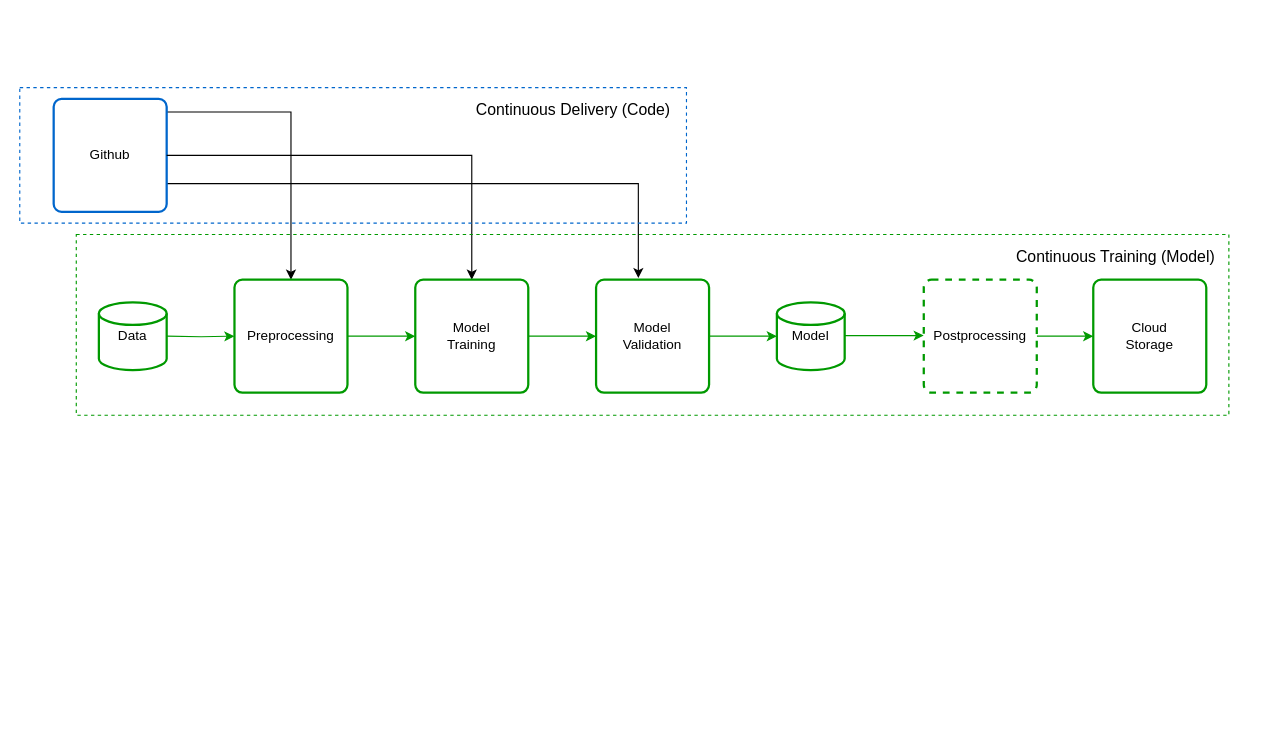
adriangay/my-drawio-diagrams keeps this draw.io diagram as mlops-concepts-cdct.drawio. Above is the earlier version. Source tidied: cells renumbered, new cells numbered last; positions are measured from the earlier drawing's top-left corner, leaving out a move shared by most shapes. Both pictures are drawn from the tidied source at 113%, with x=0, y=0 at pixel (19, 87).
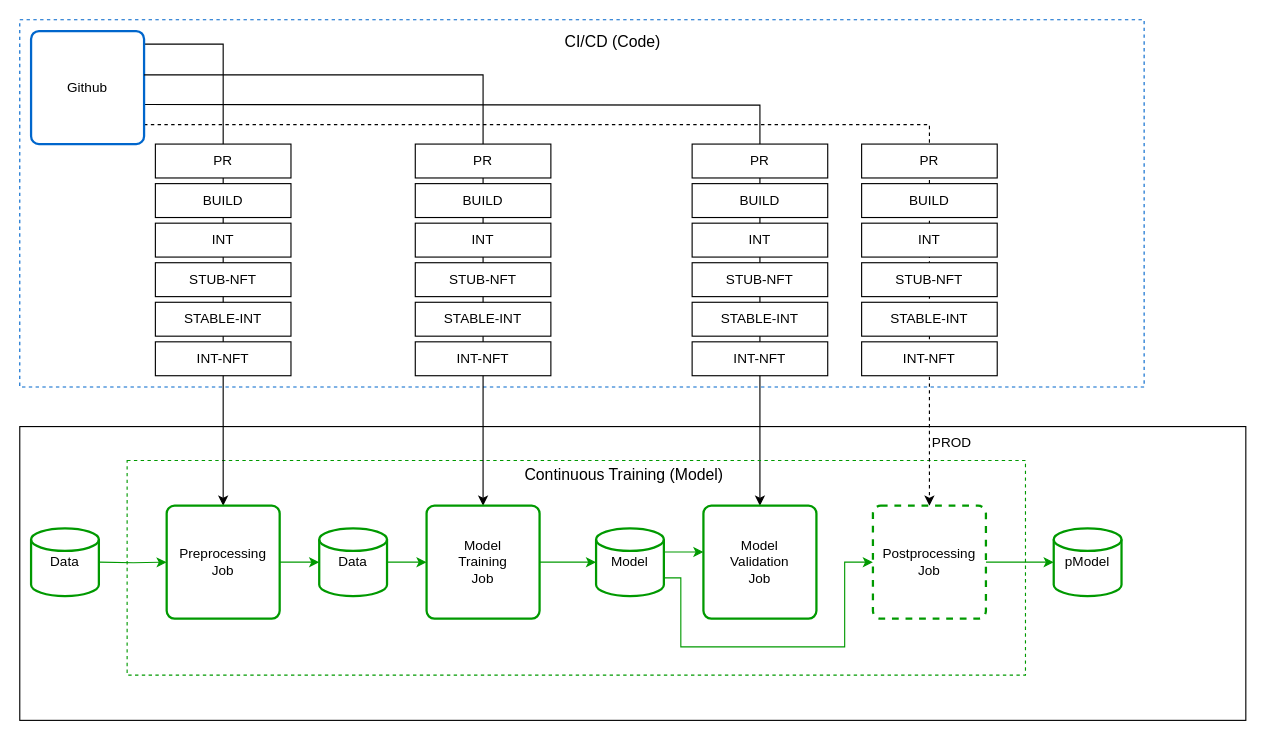
The same page after the edit.

The edit, as a diff of the source:
```diff
@@
+    <mxCell id="23" style="edgeStyle=orthogonalEdgeStyle;rounded=0;jettySize=auto;html=1;exitX=1;exitY=0.388;exitDx=0;exitDy=0;exitPerimeter=0;" parent="1" edge="1" target="12">
+      <mxGeometry relative="1" as="geometry">
+        <mxPoint x="110" y="15" as="sourcePoint" />
+      </mxGeometry>
+    </mxCell>
+    <mxCell id="19" style="rounded=0;whiteSpace=wrap;html=1;strokeColor=#0066CC;fillColor=none;dashed=1;" parent="1" vertex="1">
+      <mxGeometry y="-60" width="995" height="325" as="geometry" />
+    </mxCell>
+    <mxCell id="24" style="rounded=0;whiteSpace=wrap;html=1;fillColor=none;" parent="1" vertex="1">
+      <mxGeometry y="300" width="1085" height="260" as="geometry" />
+    </mxCell>
+    <mxCell id="21" style="rounded=0;whiteSpace=wrap;html=1;strokeColor=#009900;fillColor=none;dashed=1;" parent="1" vertex="1">
+      <mxGeometry x="95" y="330" width="795" height="190" as="geometry" />
+    </mxCell>
@@
-    <mxCell id="3" style="edgeStyle=orthogonalEdgeStyle;rounded=0;jettySize=auto;html=1;exitX=1;exitY=0.75;exitDx=0;exitDy=0;entryX=0.374;entryY=-0.014;entryDx=0;entryDy=0;entryPerimeter=0;" parent="1" edge="1" source="4" target="12">
-      <mxGeometry relative="1" as="geometry" />
-    </mxCell>
+    <mxCell id="25" style="edgeStyle=orthogonalEdgeStyle;rounded=0;jettySize=auto;html=1;exitX=1;exitY=0.828;exitDx=0;exitDy=0;entryX=0.5;entryY=0;entryDx=0;entryDy=0;exitPerimeter=0;dashed=1;strokeColor=#000000;" parent="1" edge="1" source="4" target="17">
+      <mxGeometry relative="1" as="geometry" />
+    </mxCell>
     <mxCell id="4" value="Github" style="rounded=1;whiteSpace=wrap;html=1;absoluteArcSize=1;arcSize=14;strokeWidth=2;strokeColor=#0066CC;" parent="1" vertex="1">
-      <mxGeometry x="30" y="10" width="100" height="100" as="geometry" />
+      <mxGeometry x="10" y="-50" width="100" height="100" as="geometry" />
     </mxCell>
     <mxCell id="5" style="edgeStyle=orthogonalEdgeStyle;rounded=0;jettySize=auto;html=1;exitX=1;exitY=0.5;exitDx=0;exitDy=0;strokeColor=#009900;" parent="1" edge="1" target="7">
       <mxGeometry relative="1" as="geometry">
-        <mxPoint x="130" y="220" as="sourcePoint" />
+        <mxPoint x="70" y="420" as="sourcePoint" />
       </mxGeometry>
     </mxCell>
-    <mxCell id="6" style="edgeStyle=orthogonalEdgeStyle;rounded=0;jettySize=auto;html=1;exitX=1;exitY=0.5;exitDx=0;exitDy=0;entryX=0;entryY=0.5;entryDx=0;entryDy=0;strokeColor=#009900;" parent="1" edge="1" source="7" target="10">
+    <mxCell id="6" style="edgeStyle=orthogonalEdgeStyle;rounded=0;jettySize=auto;html=1;exitX=1;exitY=0.5;exitDx=0;exitDy=0;entryX=0;entryY=0.5;entryDx=0;entryDy=0;strokeColor=#009900;entryPerimeter=0;" parent="1" edge="1" source="7" target="52">
       <mxGeometry relative="1" as="geometry" />
     </mxCell>
-    <mxCell id="7" value="Preprocessing" style="rounded=1;whiteSpace=wrap;html=1;absoluteArcSize=1;arcSize=14;strokeWidth=2;strokeColor=#009900;" parent="1" vertex="1">
-      <mxGeometry x="190" y="170" width="100" height="100" as="geometry" />
+    <mxCell id="7" value="Preprocessing&lt;br&gt;Job" style="rounded=1;whiteSpace=wrap;html=1;absoluteArcSize=1;arcSize=14;strokeWidth=2;strokeColor=#009900;" parent="1" vertex="1">
+      <mxGeometry x="130" y="370" width="100" height="100" as="geometry" />
     </mxCell>
-    <mxCell id="8" style="edgeStyle=orthogonalEdgeStyle;rounded=0;jettySize=auto;html=1;exitX=1;exitY=0.5;exitDx=0;exitDy=0;entryX=0;entryY=0.5;entryDx=0;entryDy=0;strokeColor=#009900;" parent="1" edge="1" source="10" target="12">
-      <mxGeometry relative="1" as="geometry" />
+    <mxCell id="8" style="edgeStyle=orthogonalEdgeStyle;rounded=0;jettySize=auto;html=1;exitX=1;exitY=0.5;exitDx=0;exitDy=0;strokeColor=#009900;" parent="1" edge="1" source="10">
+      <mxGeometry relative="1" as="geometry">
+        <mxPoint x="510" y="420" as="targetPoint" />
+      </mxGeometry>
     </mxCell>
-    <mxCell id="9" style="edgeStyle=orthogonalEdgeStyle;rounded=0;jettySize=auto;html=1;entryX=0.5;entryY=0;entryDx=0;entryDy=0;exitX=1;exitY=0.5;exitDx=0;exitDy=0;" parent="1" edge="1" source="4" target="10">
+    <mxCell id="9" style="edgeStyle=orthogonalEdgeStyle;rounded=0;jettySize=auto;html=1;entryX=0.5;entryY=0;entryDx=0;entryDy=0;exitX=1;exitY=0.388;exitDx=0;exitDy=0;exitPerimeter=0;" parent="1" edge="1" source="4" target="10">
       <mxGeometry relative="1" as="geometry" />
     </mxCell>
-    <mxCell id="10" value="Model&lt;br&gt;Training" style="rounded=1;whiteSpace=wrap;html=1;absoluteArcSize=1;arcSize=14;strokeWidth=2;strokeColor=#009900;" parent="1" vertex="1">
-      <mxGeometry x="350" y="170" width="100" height="100" as="geometry" />
+    <mxCell id="10" value="Model&lt;br&gt;Training&lt;br&gt;Job" style="rounded=1;whiteSpace=wrap;html=1;absoluteArcSize=1;arcSize=14;strokeWidth=2;strokeColor=#009900;" parent="1" vertex="1">
+      <mxGeometry x="360" y="370" width="100" height="100" as="geometry" />
     </mxCell>
-    <mxCell id="11" style="edgeStyle=orthogonalEdgeStyle;rounded=0;jettySize=auto;html=1;exitX=1;exitY=0.5;exitDx=0;exitDy=0;strokeColor=#009900;" parent="1" edge="1" source="12">
+    <mxCell id="11" style="edgeStyle=orthogonalEdgeStyle;rounded=0;jettySize=auto;html=1;strokeColor=#009900;entryX=0;entryY=0.5;entryDx=0;entryDy=0;exitX=0.998;exitY=0.732;exitDx=0;exitDy=0;exitPerimeter=0;" parent="1" edge="1" source="15" target="17">
       <mxGeometry relative="1" as="geometry">
-        <mxPoint x="670" y="220" as="targetPoint" />
+        <Array as="points">
+          <mxPoint x="585" y="434" />
+          <mxPoint x="585" y="495" />
+          <mxPoint x="730" y="495" />
+          <mxPoint x="730" y="420" />
+        </Array>
       </mxGeometry>
     </mxCell>
-    <mxCell id="12" value="Model&lt;br&gt;Validation" style="rounded=1;whiteSpace=wrap;html=1;absoluteArcSize=1;arcSize=14;strokeWidth=2;strokeColor=#009900;" parent="1" vertex="1">
-      <mxGeometry x="510" y="170" width="100" height="100" as="geometry" />
+    <mxCell id="12" value="Model&lt;br&gt;Validation&lt;br&gt;Job" style="rounded=1;whiteSpace=wrap;html=1;absoluteArcSize=1;arcSize=14;strokeWidth=2;strokeColor=#009900;" parent="1" vertex="1">
+      <mxGeometry x="605" y="370" width="100" height="100" as="geometry" />
     </mxCell>
-    <mxCell id="13" style="edgeStyle=orthogonalEdgeStyle;rounded=0;orthogonalLoop=1;jettySize=auto;html=1;exitX=1;exitY=0.5;exitDx=0;exitDy=0;entryX=0;entryY=0.5;entryDx=0;entryDy=0;strokeColor=#009900;" parent="1" edge="1">
-      <mxGeometry relative="1" as="geometry">
-        <mxPoint x="730" y="219.5" as="sourcePoint" />
-        <mxPoint x="800" y="219.5" as="targetPoint" />
-      </mxGeometry>
-    </mxCell>
-    <mxCell id="14" value="Cloud&lt;br&gt;Storage" style="rounded=1;whiteSpace=wrap;html=1;absoluteArcSize=1;arcSize=14;strokeWidth=2;strokeColor=#009900;" parent="1" vertex="1">
-      <mxGeometry x="950" y="170" width="100" height="100" as="geometry" />
-    </mxCell>
-    <mxCell id="15" value="Model" style="strokeWidth=2;html=1;shape=mxgraph.flowchart.database;whiteSpace=wrap;strokeColor=#009900;" parent="1" vertex="1">
-      <mxGeometry x="670" y="190" width="60" height="60" as="geometry" />
-    </mxCell>
-    <mxCell id="16" style="edgeStyle=orthogonalEdgeStyle;rounded=0;jettySize=auto;html=1;exitX=1;exitY=0.5;exitDx=0;exitDy=0;entryX=0;entryY=0.5;entryDx=0;entryDy=0;strokeColor=#009900;" parent="1" edge="1" source="17" target="14">
+    <mxCell id="16" style="edgeStyle=orthogonalEdgeStyle;rounded=0;jettySize=auto;html=1;exitX=1;exitY=0.5;exitDx=0;exitDy=0;entryX=0;entryY=0.5;entryDx=0;entryDy=0;strokeColor=#009900;entryPerimeter=0;" parent="1" edge="1" source="17" target="39">
       <mxGeometry relative="1" as="geometry" />
     </mxCell>
-    <mxCell id="17" value="Postprocessing" style="rounded=1;whiteSpace=wrap;html=1;absoluteArcSize=1;arcSize=14;strokeWidth=2;dashed=1;strokeColor=#009900;" parent="1" vertex="1">
-      <mxGeometry x="800" y="170" width="100" height="100" as="geometry" />
+    <mxCell id="17" value="Postprocessing&lt;br&gt;Job" style="rounded=1;whiteSpace=wrap;html=1;absoluteArcSize=1;arcSize=14;strokeWidth=2;dashed=1;strokeColor=#009900;" parent="1" vertex="1">
+      <mxGeometry x="755" y="370" width="100" height="100" as="geometry" />
     </mxCell>
     <mxCell id="18" value="Data" style="strokeWidth=2;html=1;shape=mxgraph.flowchart.database;whiteSpace=wrap;strokeColor=#009900;" parent="1" vertex="1">
-      <mxGeometry x="70" y="190" width="60" height="60" as="geometry" />
+      <mxGeometry x="10" y="390" width="60" height="60" as="geometry" />
     </mxCell>
-    <mxCell id="19" style="rounded=0;whiteSpace=wrap;html=1;strokeColor=#0066CC;fillColor=none;dashed=1;" parent="1" vertex="1">
-      <mxGeometry width="590" height="120" as="geometry" />
-    </mxCell>
-    <mxCell id="20" value="&lt;font style=&quot;font-size: 14px&quot;&gt;Continuous Delivery (Code)&lt;/font&gt;" style="text;html=1;strokeColor=none;fillColor=none;align=center;verticalAlign=middle;whiteSpace=wrap;rounded=0;" parent="1" vertex="1">
-      <mxGeometry x="390" y="10" width="200" height="20" as="geometry" />
+    <mxCell id="20" value="&lt;font style=&quot;font-size: 14px&quot;&gt;CI/CD (Code)&lt;/font&gt;" style="text;html=1;strokeColor=none;fillColor=none;align=center;verticalAlign=middle;whiteSpace=wrap;rounded=0;" parent="1" vertex="1">
+      <mxGeometry x="480" y="-50" width="90" height="20" as="geometry" />
     </mxCell>
-    <mxCell id="21" style="rounded=0;whiteSpace=wrap;html=1;strokeColor=#009900;fillColor=none;dashed=1;" parent="1" vertex="1">
-      <mxGeometry x="50" y="130" width="1020" height="160" as="geometry" />
-    </mxCell>
     <mxCell id="22" value="&lt;font style=&quot;font-size: 14px&quot;&gt;Continuous Training (Model)&lt;/font&gt;" style="text;html=1;strokeColor=none;fillColor=none;align=center;verticalAlign=middle;whiteSpace=wrap;rounded=0;" parent="1" vertex="1">
-      <mxGeometry x="870" y="140" width="200" height="20" as="geometry" />
+      <mxGeometry x="435" y="333" width="200" height="20" as="geometry" />
     </mxCell>
+    <mxCell id="26" value="INT" style="rounded=0;whiteSpace=wrap;html=1;" parent="1" vertex="1">
+      <mxGeometry x="120" y="120" width="120" height="30" as="geometry" />
+    </mxCell>
+    <mxCell id="27" value="PR" style="rounded=0;whiteSpace=wrap;html=1;" parent="1" vertex="1">
+      <mxGeometry x="120" y="50" width="120" height="30" as="geometry" />
+    </mxCell>
+    <mxCell id="28" value="BUILD" style="rounded=0;whiteSpace=wrap;html=1;" parent="1" vertex="1">
+      <mxGeometry x="120" y="85" width="120" height="30" as="geometry" />
+    </mxCell>
+    <mxCell id="29" value="STUB-NFT" style="rounded=0;whiteSpace=wrap;html=1;" parent="1" vertex="1">
+      <mxGeometry x="120" y="155" width="120" height="30" as="geometry" />
+    </mxCell>
+    <mxCell id="30" value="STABLE-INT" style="rounded=0;whiteSpace=wrap;html=1;" parent="1" vertex="1">
+      <mxGeometry x="120" y="190" width="120" height="30" as="geometry" />
+    </mxCell>
+    <mxCell id="31" value="PROD" style="text;html=1;strokeColor=none;fillColor=none;align=center;verticalAlign=middle;whiteSpace=wrap;rounded=0;" parent="1" vertex="1">
+      <mxGeometry x="805" y="305" width="40" height="20" as="geometry" />
+    </mxCell>
+    <mxCell id="32" value="INT-NFT" style="rounded=0;whiteSpace=wrap;html=1;" parent="1" vertex="1">
+      <mxGeometry x="120" y="225" width="120" height="30" as="geometry" />
+    </mxCell>
+    <mxCell id="33" value="INT" style="rounded=0;whiteSpace=wrap;html=1;" parent="1" vertex="1">
+      <mxGeometry x="350" y="120" width="120" height="30" as="geometry" />
+    </mxCell>
+    <mxCell id="34" value="PR" style="rounded=0;whiteSpace=wrap;html=1;" parent="1" vertex="1">
+      <mxGeometry x="350" y="50" width="120" height="30" as="geometry" />
+    </mxCell>
+    <mxCell id="35" value="BUILD" style="rounded=0;whiteSpace=wrap;html=1;" parent="1" vertex="1">
+      <mxGeometry x="350" y="85" width="120" height="30" as="geometry" />
+    </mxCell>
+    <mxCell id="36" value="STUB-NFT" style="rounded=0;whiteSpace=wrap;html=1;" parent="1" vertex="1">
+      <mxGeometry x="350" y="155" width="120" height="30" as="geometry" />
+    </mxCell>
+    <mxCell id="37" value="STABLE-INT" style="rounded=0;whiteSpace=wrap;html=1;" parent="1" vertex="1">
+      <mxGeometry x="350" y="190" width="120" height="30" as="geometry" />
+    </mxCell>
+    <mxCell id="38" value="INT-NFT" style="rounded=0;whiteSpace=wrap;html=1;" parent="1" vertex="1">
+      <mxGeometry x="350" y="225" width="120" height="30" as="geometry" />
+    </mxCell>
+    <mxCell id="39" value="pModel" style="strokeWidth=2;html=1;shape=mxgraph.flowchart.database;whiteSpace=wrap;strokeColor=#009900;" parent="1" vertex="1">
+      <mxGeometry x="915" y="390" width="60" height="60" as="geometry" />
+    </mxCell>
+    <mxCell id="40" value="INT" style="rounded=0;whiteSpace=wrap;html=1;" parent="1" vertex="1">
+      <mxGeometry x="595" y="120" width="120" height="30" as="geometry" />
+    </mxCell>
+    <mxCell id="41" value="PR" style="rounded=0;whiteSpace=wrap;html=1;" parent="1" vertex="1">
+      <mxGeometry x="595" y="50" width="120" height="30" as="geometry" />
+    </mxCell>
+    <mxCell id="42" value="BUILD" style="rounded=0;whiteSpace=wrap;html=1;" parent="1" vertex="1">
+      <mxGeometry x="595" y="85" width="120" height="30" as="geometry" />
+    </mxCell>
+    <mxCell id="43" value="STUB-NFT" style="rounded=0;whiteSpace=wrap;html=1;" parent="1" vertex="1">
+      <mxGeometry x="595" y="155" width="120" height="30" as="geometry" />
+    </mxCell>
+    <mxCell id="44" value="STABLE-INT" style="rounded=0;whiteSpace=wrap;html=1;" parent="1" vertex="1">
+      <mxGeometry x="595" y="190" width="120" height="30" as="geometry" />
+    </mxCell>
+    <mxCell id="45" value="INT-NFT" style="rounded=0;whiteSpace=wrap;html=1;" parent="1" vertex="1">
+      <mxGeometry x="595" y="225" width="120" height="30" as="geometry" />
+    </mxCell>
+    <mxCell id="46" value="INT" style="rounded=0;whiteSpace=wrap;html=1;" parent="1" vertex="1">
+      <mxGeometry x="745" y="120" width="120" height="30" as="geometry" />
+    </mxCell>
+    <mxCell id="47" value="PR" style="rounded=0;whiteSpace=wrap;html=1;" parent="1" vertex="1">
+      <mxGeometry x="745" y="50" width="120" height="30" as="geometry" />
+    </mxCell>
+    <mxCell id="48" value="BUILD" style="rounded=0;whiteSpace=wrap;html=1;" parent="1" vertex="1">
+      <mxGeometry x="745" y="85" width="120" height="30" as="geometry" />
+    </mxCell>
+    <mxCell id="49" value="STUB-NFT" style="rounded=0;whiteSpace=wrap;html=1;" parent="1" vertex="1">
+      <mxGeometry x="745" y="155" width="120" height="30" as="geometry" />
+    </mxCell>
+    <mxCell id="50" value="STABLE-INT" style="rounded=0;whiteSpace=wrap;html=1;" parent="1" vertex="1">
+      <mxGeometry x="745" y="190" width="120" height="30" as="geometry" />
+    </mxCell>
+    <mxCell id="51" value="INT-NFT" style="rounded=0;whiteSpace=wrap;html=1;" parent="1" vertex="1">
+      <mxGeometry x="745" y="225" width="120" height="30" as="geometry" />
+    </mxCell>
+    <mxCell id="52" value="Data" style="strokeWidth=2;html=1;shape=mxgraph.flowchart.database;whiteSpace=wrap;strokeColor=#009900;" parent="1" vertex="1">
+      <mxGeometry x="265" y="390" width="60" height="60" as="geometry" />
+    </mxCell>
+    <mxCell id="53" style="edgeStyle=orthogonalEdgeStyle;rounded=0;jettySize=auto;html=1;entryX=0;entryY=0.5;entryDx=0;entryDy=0;strokeColor=#009900;exitX=1;exitY=0.5;exitDx=0;exitDy=0;exitPerimeter=0;" parent="1" edge="1" source="52" target="10">
+      <mxGeometry relative="1" as="geometry" />
+    </mxCell>
+    <mxCell id="15" value="Model" style="strokeWidth=2;html=1;shape=mxgraph.flowchart.database;whiteSpace=wrap;strokeColor=#009900;" parent="1" vertex="1">
+      <mxGeometry x="510" y="390" width="60" height="60" as="geometry" />
+    </mxCell>
+    <mxCell id="54" style="edgeStyle=orthogonalEdgeStyle;rounded=0;orthogonalLoop=1;jettySize=auto;html=1;entryX=0;entryY=0.5;entryDx=0;entryDy=0;strokeColor=#009900;exitX=1;exitY=0.5;exitDx=0;exitDy=0;exitPerimeter=0;" parent="1" edge="1">
+      <mxGeometry relative="1" as="geometry">
+        <mxPoint x="570" y="411" as="sourcePoint" />
+        <mxPoint x="605" y="411" as="targetPoint" />
+      </mxGeometry>
+    </mxCell>
```
